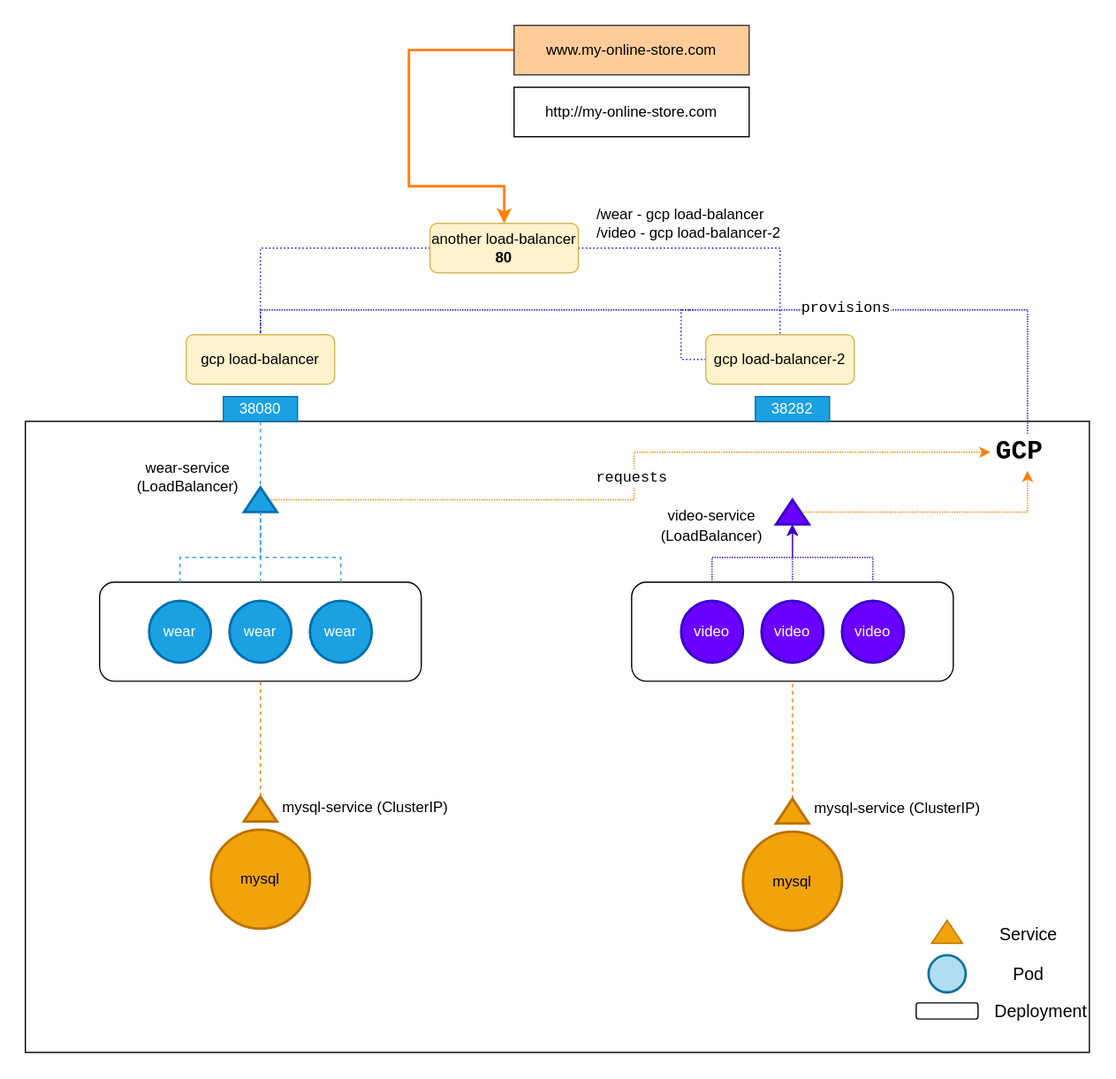
Above: assets/networking-GCP ingress-2.svg in aditya109/journey-CKA (draw.io), before the change. Source tidied: cells renumbered, new cells last; positions are measured from the earlier drawing's top-left corner, leaving out a move shared by most shapes.
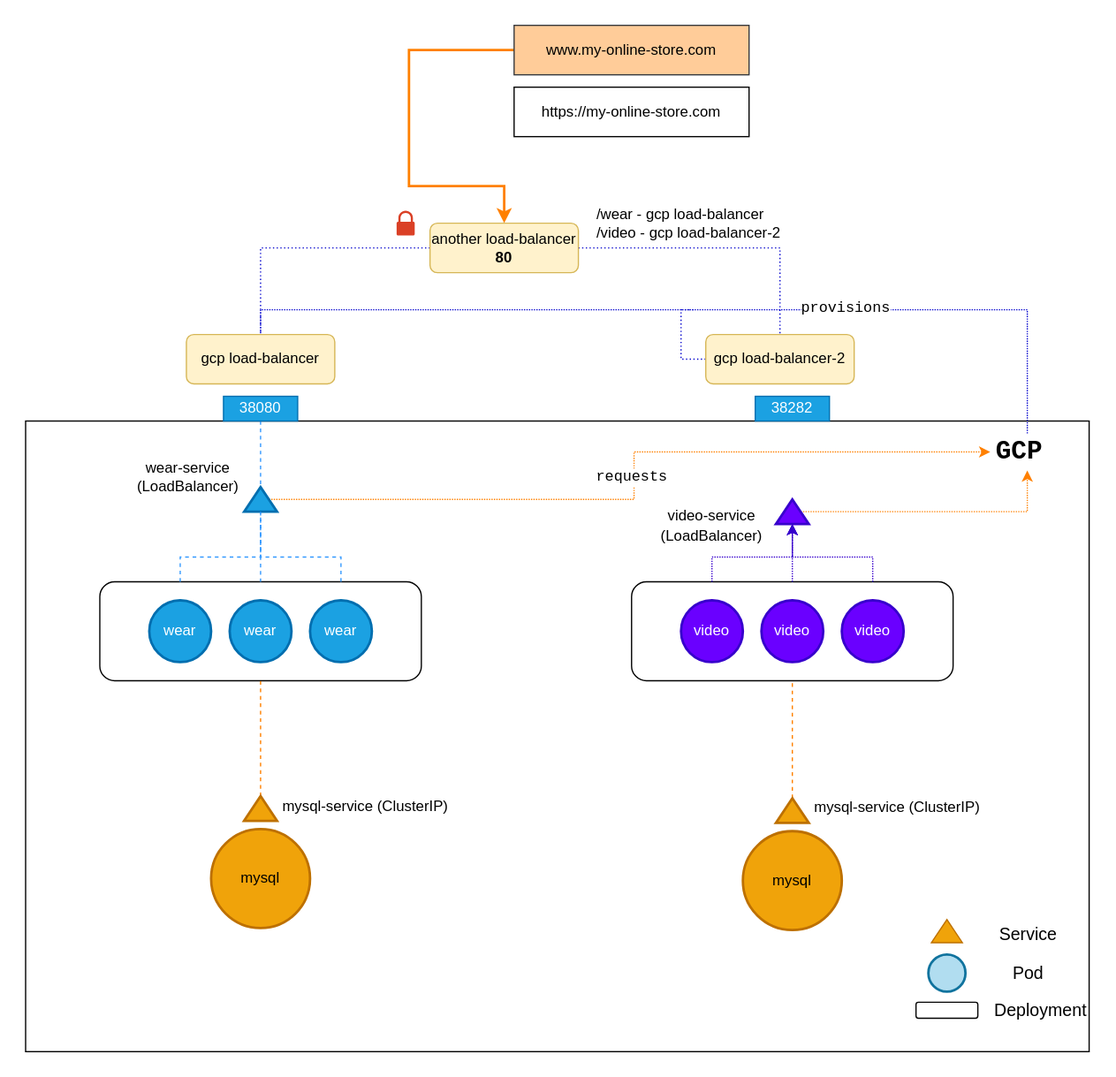
The same file after the commit.

Diff of the diagram source:
```diff
@@ -78,7 +78,7 @@
     <mxCell id="22" value="Service" style="text;html=1;strokeColor=none;fillColor=none;align=center;verticalAlign=middle;whiteSpace=wrap;rounded=0;fontSize=14;" parent="1" vertex="1">
       <mxGeometry x="781" y="720" width="60" height="30" as="geometry" />
     </mxCell>
-    <mxCell id="23" value="http://my-online-store.com" style="rounded=0;whiteSpace=wrap;html=1;" parent="1" vertex="1">
+    <mxCell id="23" value="https://my-online-store.com" style="rounded=0;whiteSpace=wrap;html=1;" parent="1" vertex="1">
       <mxGeometry x="395" y="50" width="190" height="40" as="geometry" />
     </mxCell>
     <mxCell id="24" value="gcp load-balancer" style="rounded=1;whiteSpace=wrap;html=1;fillColor=#fff2cc;strokeColor=#d6b656;" parent="1" vertex="1">
@@ -207,5 +207,8 @@
     <mxCell id="53" value="/wear - gcp load-balancer&lt;br&gt;/video - gcp load-balancer-2" style="text;html=1;strokeColor=none;fillColor=none;align=left;verticalAlign=middle;whiteSpace=wrap;rounded=0;fontFamily=Helvetica;fontSize=12;" parent="1" vertex="1">
       <mxGeometry x="460" y="140" width="170" height="40" as="geometry" />
     </mxCell>
+    <mxCell id="54" style="sketch=0;shadow=0;dashed=0;html=1;strokeColor=none;labelPosition=center;verticalLabelPosition=bottom;verticalAlign=top;align=center;shape=mxgraph.office.security.lock_protected;fillColor=#DA4026;fontFamily=Helvetica;fontSize=12;" parent="1" vertex="1">
+      <mxGeometry x="300" y="150" width="14.6" height="20" as="geometry" />
+    </mxCell>
   </root>
 </mxGraphModel>
```
